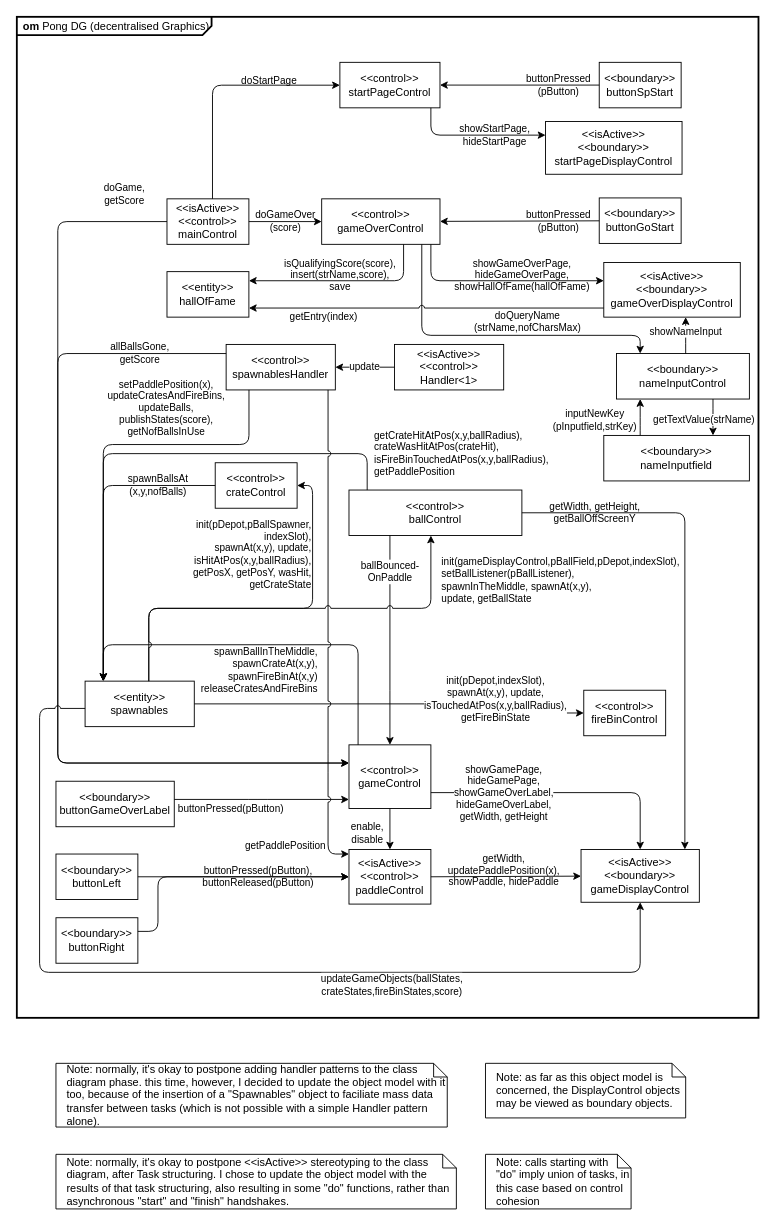
Before: page "OM-dg-adv" (5 of 6) of apps/pong_cleangui_dg_adv/models/pong_dg_adv.drawio in nepbuur1/test_lasergame_2_rework_CleanGUI_godmode, a draw.io diagram. Source tidied: cells renumbered, new cells numbered last; positions are measured from the earlier drawing's top-left corner, leaving out a move shared by most shapes. Both pictures are drawn from the tidied source at 91%, with x=0, y=0 at pixel (16, 16).
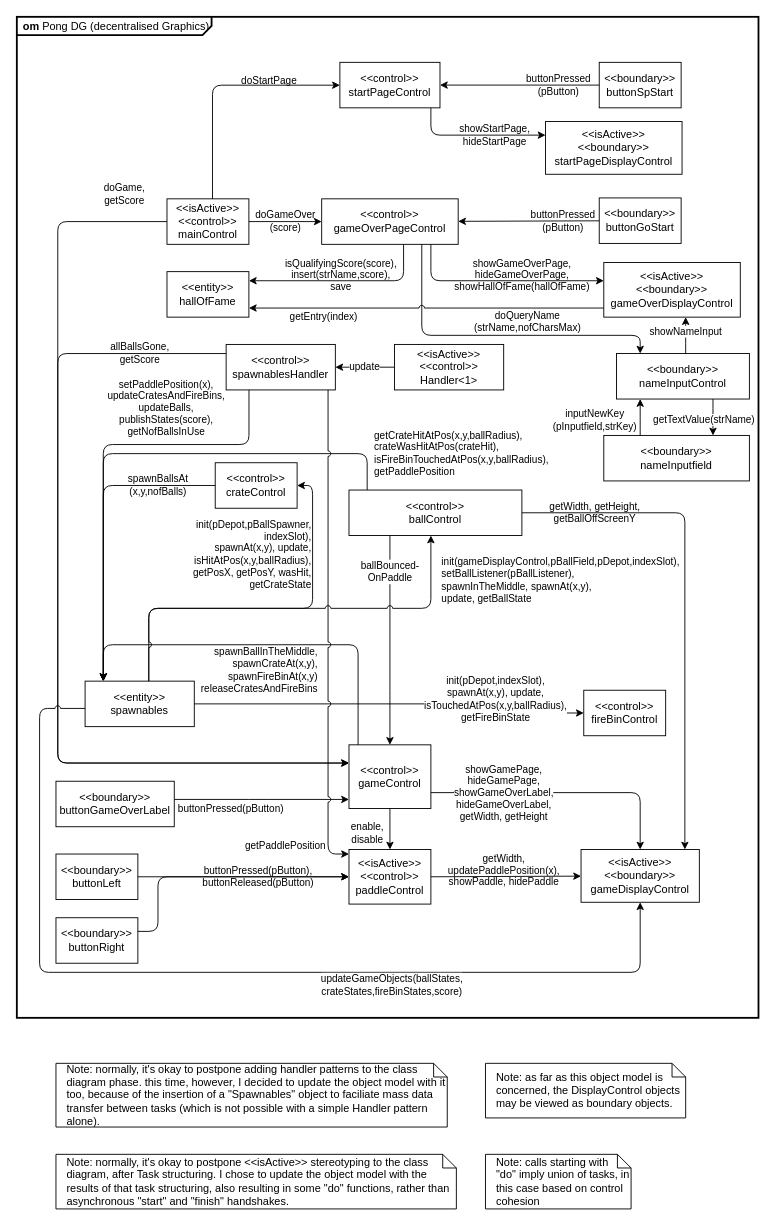
Above is the later version.

Unchanged cells that the change refers to:
```xml
<mxCell id="16" value="&amp;lt;&amp;lt;entity&amp;gt;&amp;gt;&lt;br&gt;hallOfFame" style="rounded=0;whiteSpace=wrap;html=1;" parent="1" vertex="1">
  <mxGeometry x="165" y="280" width="90" height="50" as="geometry" />
</mxCell>
```

Change to the diagram source:
```diff
@@
-    <mxCell id="11" value="&amp;lt;&amp;lt;control&amp;gt;&amp;gt;&lt;br&gt;gameOverControl" style="rounded=0;whiteSpace=wrap;html=1;" parent="1" vertex="1">
-      <mxGeometry x="335" y="200" width="130" height="50" as="geometry" />
+    <mxCell id="11" value="&amp;lt;&amp;lt;control&amp;gt;&amp;gt;&lt;br&gt;gameOverPageControl" style="rounded=0;whiteSpace=wrap;html=1;" parent="1" vertex="1">
+      <mxGeometry x="335" y="200" width="150" height="50" as="geometry" />
     </mxCell>
@@
     <mxCell id="32" value="isQualifyingScore(score),&lt;br&gt;insert(strName,score),&lt;div&gt;save&lt;/div&gt;" style="edgeStyle=orthogonalEdgeStyle;rounded=1;jettySize=auto;html=1;curved=0;spacingBottom=13;labelBackgroundColor=none;" parent="1" edge="1" source="11" target="16">
-      <mxGeometry x="0.05" relative="1" as="geometry">
+      <mxGeometry x="0.04" relative="1" as="geometry">
         <Array as="points">
           <mxPoint x="425" y="290" />
         </Array>
       </mxGeometry>
     </mxCell>
```
